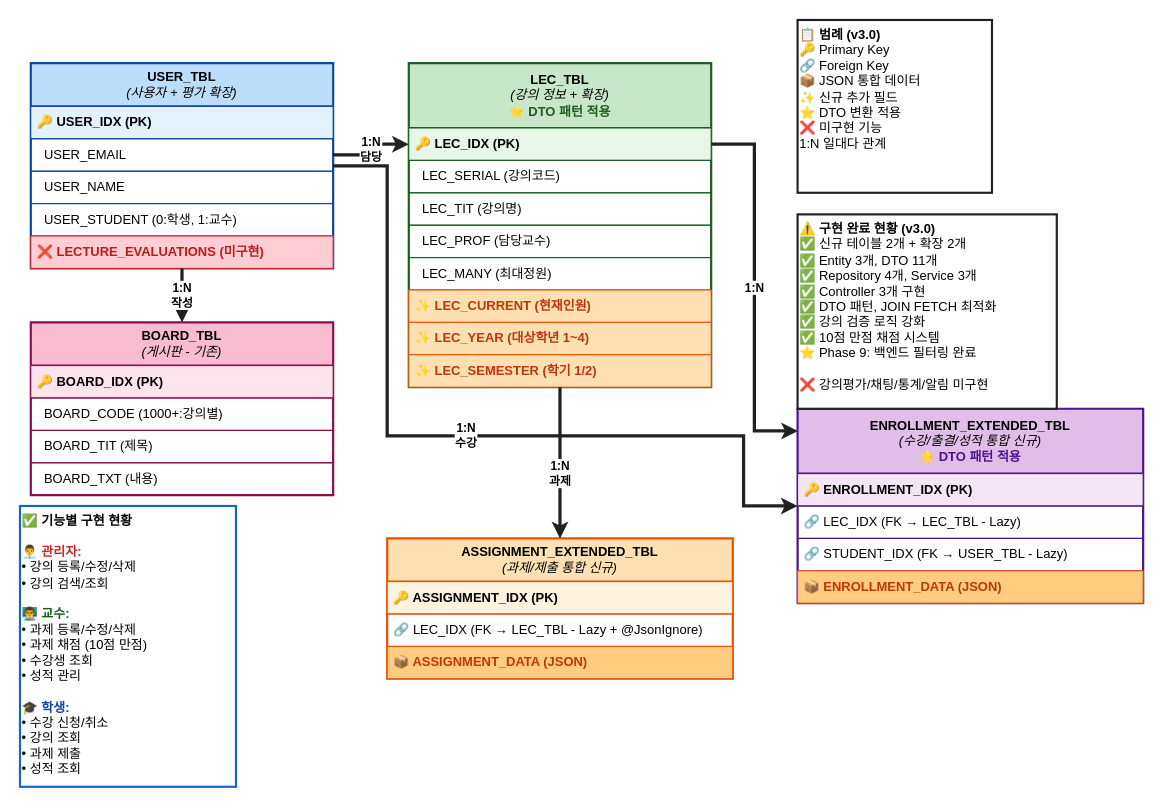
hooting76/blue-crab-lms keeps this draw.io diagram as backend/BlueCrab/docs/강의관련기능/ERD_Diagram.drawio. Above is the earlier version. Source tidied: cells renumbered, new cells numbered last; positions are measured from the earlier drawing's top-left corner, leaving out a move shared by most shapes. Both pictures are drawn from the tidied source at 108%, with x=0, y=0 at pixel (19, 19).
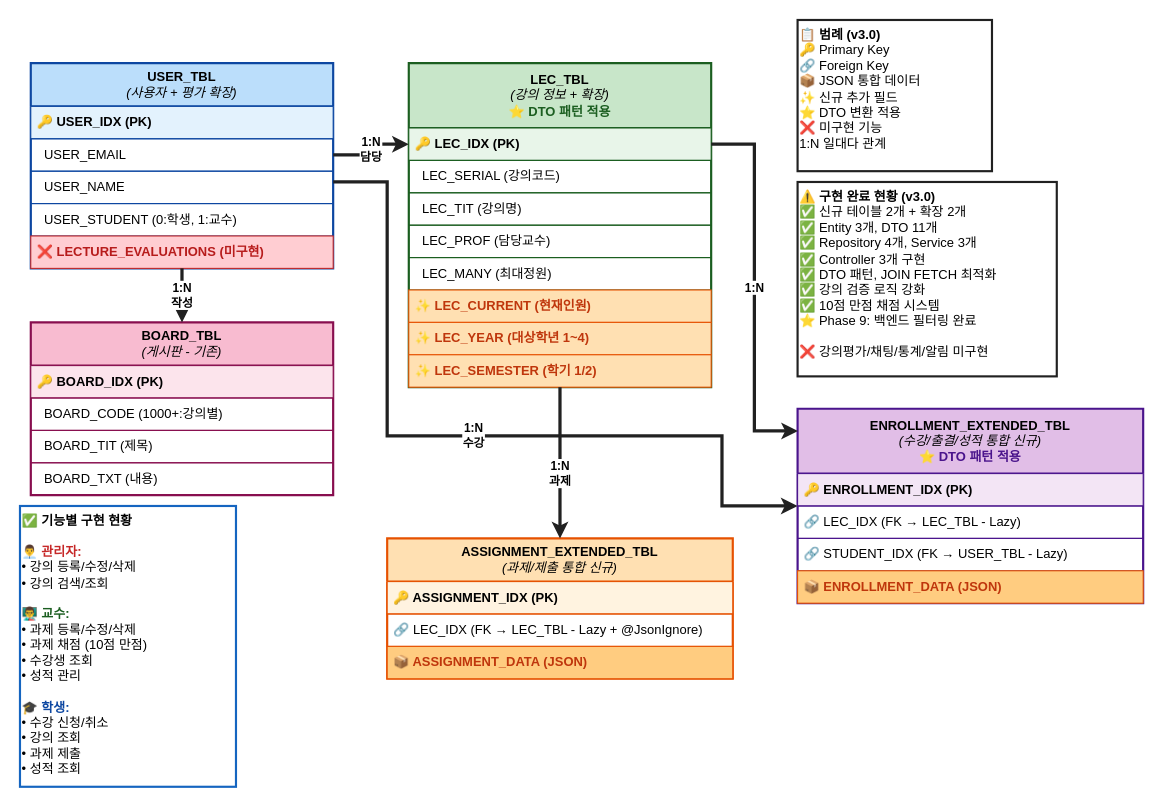
After the change.

Commit message (it also covers changes not shown here):
다이어그램 업데이트.

Unchanged cells that the change refers to:
```xml
<mxCell id="2" value="&lt;b&gt;USER_TBL&lt;/b&gt;&lt;br&gt;&lt;i&gt;(사용자 + 평가 확장)&lt;/i&gt;" style="swimlane;fontStyle=0;horizontal=1;startSize=40;whiteSpace=wrap;html=1;fillColor=#BBDEFB;strokeColor=#0D47A1;strokeWidth=2;labelBackgroundColor=none;fontColor=#000000;" parent="1" vertex="1">
  <mxGeometry x="10" y="40" width="280" height="190" as="geometry" />
</mxCell>
<mxCell id="17" value="&lt;b&gt;ENROLLMENT_EXTENDED_TBL&lt;/b&gt;&lt;br&gt;&lt;i&gt;(수강/출결/성적 통합 신규)&lt;/i&gt;&lt;br&gt;&lt;span style=&quot;color:#4A148C;font-weight:bold;&quot;&gt;⭐ DTO 패턴 적용&lt;/span&gt;" style="swimlane;fontStyle=0;horizontal=1;startSize=60;whiteSpace=wrap;html=1;fillColor=#E1BEE7;strokeColor=#4A148C;strokeWidth=2;labelBackgroundColor=none;fontColor=#000000;" parent="1" vertex="1">
  <mxGeometry x="720" y="360" width="320" height="180" as="geometry" />
</mxCell>
```

Change to the diagram source:
```diff
@@
-    <mxCell id="32" value="1:N&lt;br&gt;수강" style="rounded=0;jettySize=auto;html=1;exitX=1;exitY=0.5;exitDx=0;exitDy=0;entryX=0;entryY=0.5;entryDx=0;entryDy=0;strokeWidth=3;strokeColor=light-dark(#212121,#FF8000);endArrow=classic;endFill=1;edgeStyle=orthogonalEdgeStyle;labelBackgroundColor=#FFFFFF;fontColor=#000000;fontStyle=1;" parent="1" edge="1" source="2" target="17">
+    <mxCell id="32" value="1:N&lt;br&gt;수강" style="rounded=0;jettySize=auto;html=1;entryX=0;entryY=0.5;entryDx=0;entryDy=0;strokeWidth=3;strokeColor=light-dark(#212121,#FF8000);endArrow=classic;endFill=1;edgeStyle=orthogonalEdgeStyle;labelBackgroundColor=#FFFFFF;fontColor=#000000;fontStyle=1;" parent="1" edge="1" target="17">
       <mxGeometry relative="1" as="geometry">
+        <mxPoint x="290" y="150" as="sourcePoint" />
         <Array as="points">
-          <mxPoint x="340" y="135" />
+          <mxPoint x="340" y="150" />
           <mxPoint x="340" y="385" />
-          <mxPoint x="670" y="385" />
-          <mxPoint x="670" y="450" />
+          <mxPoint x="650" y="385" />
+          <mxPoint x="650" y="450" />
         </Array>
       </mxGeometry>
     </mxCell>
@@
     <mxCell id="36" value="&lt;b&gt;📋 범례 (v3.0)&lt;/b&gt;&lt;br&gt;🔑 Primary Key&lt;br&gt;🔗 Foreign Key&lt;br&gt;📦 JSON 통합 데이터&lt;br&gt;✨ 신규 추가 필드&lt;br&gt;⭐ DTO 변환 적용&lt;br&gt;❌ 미구현 기능&lt;br&gt;1:N 일대다 관계" style="text;html=1;strokeColor=#212121;strokeWidth=2;fillColor=light-dark(#FFFFFF,#99FF33);align=left;verticalAlign=top;whiteSpace=wrap;rounded=0;fontColor=light-dark(#000000,#000000);labelBackgroundColor=none;" parent="1" vertex="1">
-      <mxGeometry x="720" width="180" height="160" as="geometry" />
+      <mxGeometry x="720" width="180" height="140" as="geometry" />
     </mxCell>
     <mxCell id="37" value="&lt;b&gt;⚠️ 구현 완료 현황 (v3.0)&lt;/b&gt;&lt;br&gt;✅ 신규 테이블 2개 + 확장 2개&lt;br&gt;✅ Entity 3개, DTO 11개&lt;br&gt;✅ Repository 4개, Service 3개&lt;br&gt;✅ Controller 3개 구현&lt;br&gt;✅ DTO 패턴, JOIN FETCH 최적화&lt;br&gt;✅ 강의 검증 로직 강화&lt;br&gt;✅ 10점 만점 채점 시스템&lt;br&gt;⭐ Phase 9: 백엔드 필터링 완료&lt;br&gt;&lt;br&gt;❌ 강의평가/채팅/통계/알림 미구현" style="text;html=1;strokeColor=#212121;strokeWidth=2;fillColor=light-dark(#FFFFFF,#99FF33);align=left;verticalAlign=top;whiteSpace=wrap;rounded=0;labelBackgroundColor=none;fontColor=light-dark(#000000,#000000);" parent="1" vertex="1">
-      <mxGeometry x="720" y="180" width="240" height="180" as="geometry" />
+      <mxGeometry x="720" y="150" width="240" height="180" as="geometry" />
     </mxCell>
```
